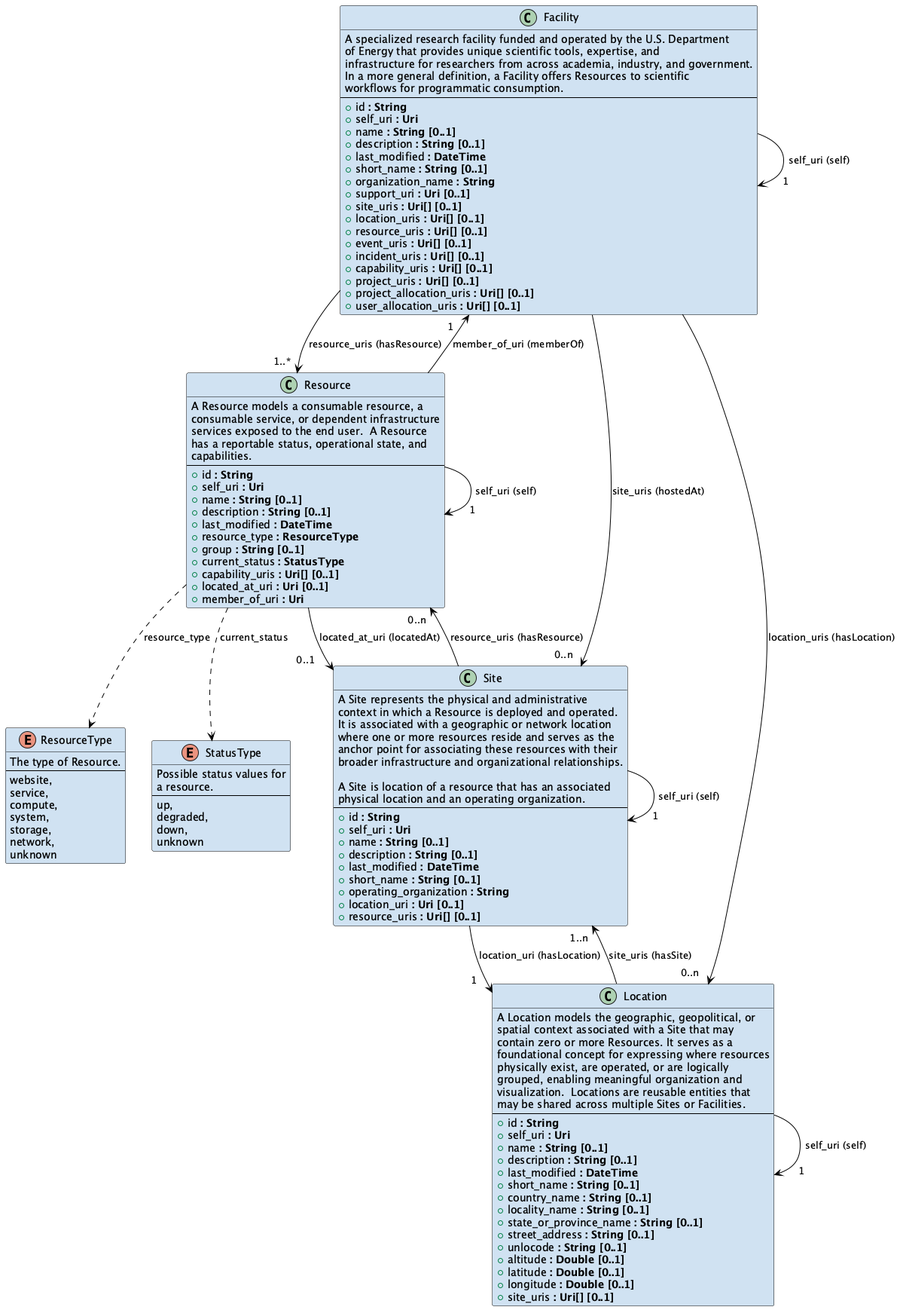
Before: specification/images/facility-model.png, a diagram exported from PlantUML (doe-iri/iri-facility-api-docs).
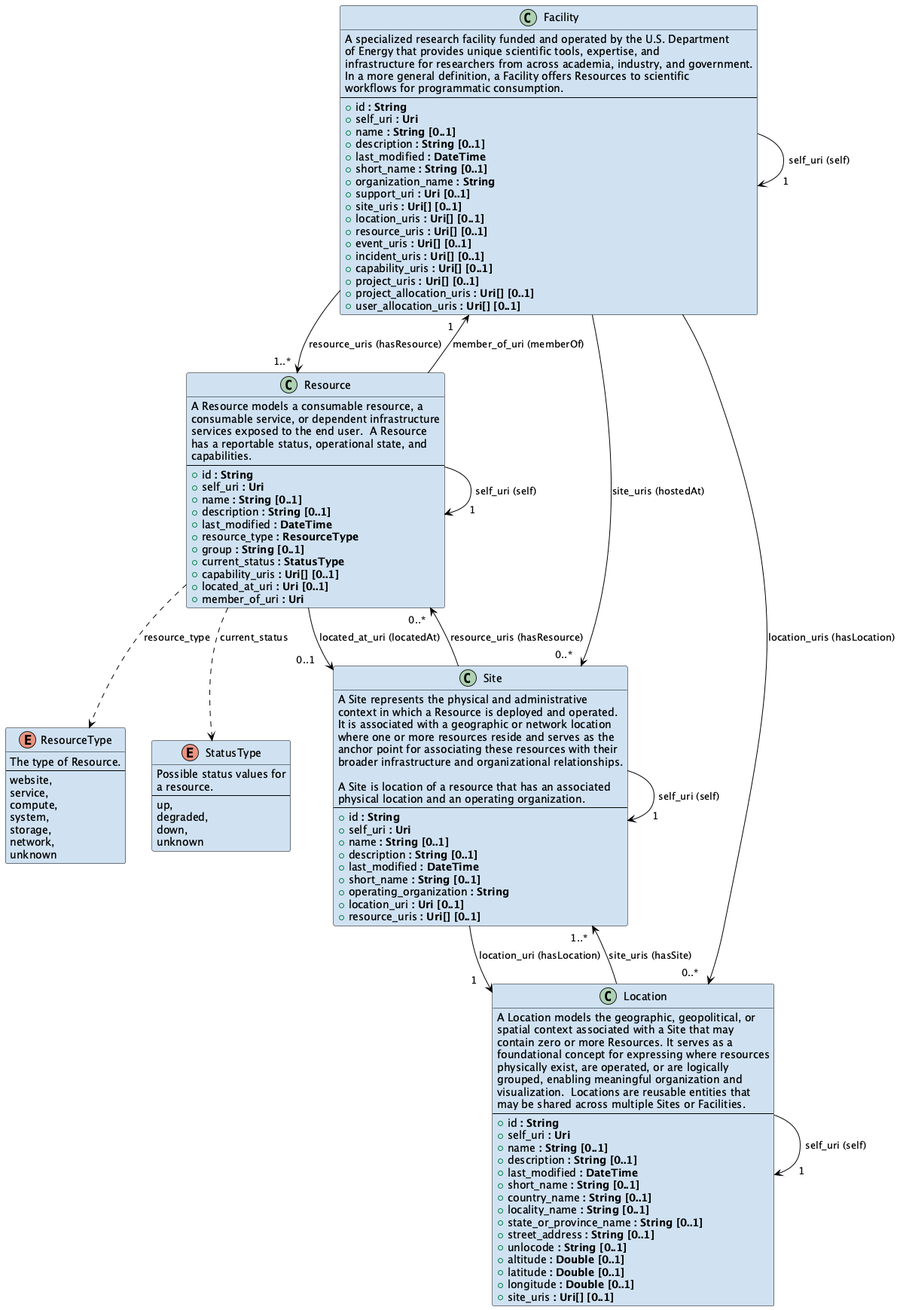
After the change.

Diff of the diagram source:
```diff
@@ -107,7 +107,7 @@
 }
 
 Site --> "      1" Site : self_uri (self)
-Facility --> "0..n    " Site : site_uris (hostedAt)
+Facility --> "0..*    " Site : site_uris (hostedAt)
 Resource --> "0..1    " Site : located_at_uri (locatedAt)
 
 class Location {
@@ -138,9 +138,9 @@
 }
 
 Location --> "      1" Location : self_uri (self)
-Facility --> "0..n    " Location : location_uris (hasLocation)
+Facility --> "0..*    " Location : location_uris (hasLocation)
 Site --> "1   " Location : location_uri (hasLocation)
-Location --> "1..n   " Site : site_uris (hasSite)
-Site --> "0..n   " Resource : resource_uris (hasResource)
+Location --> "1..*   " Site : site_uris (hasSite)
+Site --> "0..*   " Resource : resource_uris (hasResource)
 
 @enduml
```
